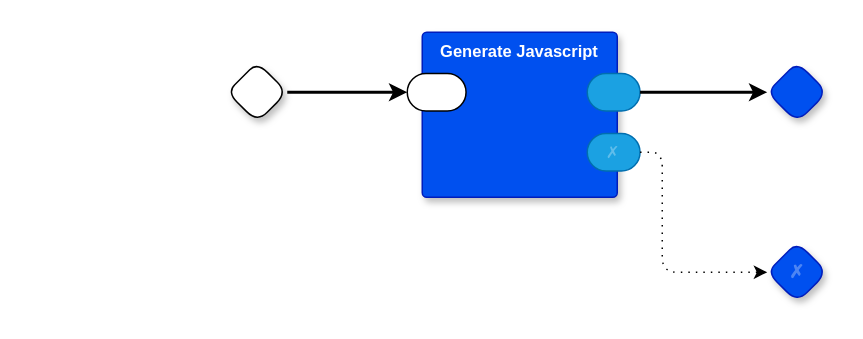
Earlier version of the draw.io diagram page "main" (1 of 12) of rt2js.drawio (guitarvydas/rt). Source tidied: cells renumbered, new cells numbered last; positions are measured from the earlier drawing's top-left corner, leaving out a move shared by most shapes. Both pictures are drawn from the tidied source at 150%, with x=0, y=0 at pixel (226, 32).
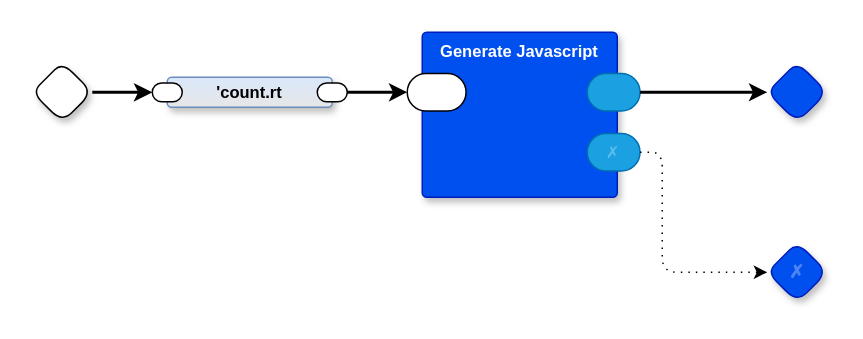
The same diagram, later.

Commit message (it also covers changes not shown here):
hard-wire count.rt into diagram

What changed in the source:
```diff
@@
 <mxGraphModel>
   <root>
     <mxCell id="0" />
     <mxCell id="1" parent="0" />
     <mxCell id="2" style="rhombus;whiteSpace=wrap;html=1;rounded=1;fontStyle=1;glass=0;sketch=0;fontSize=12;points=[[0,0.5,0,0,0],[0.5,0,0,0,0],[0.5,1,0,0,0],[1,0.5,0,0,0]];shadow=1;fontFamily=Helvetica;fontColor=default;" parent="1" vertex="1">
-      <mxGeometry y="20" width="40" height="40" as="geometry" />
+      <mxGeometry x="-130" y="20" width="40" height="40" as="geometry" />
     </mxCell>
     <mxCell id="3" style="rhombus;whiteSpace=wrap;html=1;rounded=1;fontStyle=1;glass=0;sketch=0;fontSize=12;points=[[0,0.5,0,0,0],[0.5,0,0,0,0],[0.5,1,0,0,0],[1,0.5,0,0,0]];shadow=1;fillColor=#0050ef;fontColor=#ffffff;strokeColor=#001DBC;fontFamily=Helvetica;" parent="1" vertex="1">
       <mxGeometry x="360" y="20" width="40" height="40" as="geometry" />
     </mxCell>
     <mxCell id="4" value="✗" style="rhombus;whiteSpace=wrap;html=1;rounded=1;fillColor=#0050ef;fontColor=#ffffff;strokeColor=#001DBC;fontStyle=1;glass=0;sketch=0;fontSize=12;points=[[0,0.5,0,0,0],[0.5,0,0,0,0],[0.5,1,0,0,0],[1,0.5,0,0,0]];shadow=1;textOpacity=30;" parent="1" vertex="1">
       <mxGeometry x="360" y="140" width="40" height="40" as="geometry" />
     </mxCell>
-    <mxCell id="5" style="edgeStyle=orthogonalEdgeStyle;rounded=0;jettySize=auto;html=1;exitX=1;exitY=0.5;exitDx=0;exitDy=0;exitPerimeter=0;strokeWidth=2;entryX=0;entryY=0.5;entryDx=0;entryDy=0;entryPerimeter=0;" parent="1" edge="1" source="2" target="7">
+    <mxCell id="5" style="edgeStyle=orthogonalEdgeStyle;rounded=1;jettySize=auto;html=1;exitX=1;exitY=0.5;exitDx=0;exitDy=0;exitPerimeter=0;strokeWidth=2;entryX=0;entryY=0.5;entryDx=0;entryDy=0;entryPerimeter=0;curved=0;" parent="1" edge="1" source="2" target="14">
       <mxGeometry relative="1" as="geometry" />
     </mxCell>
     <mxCell id="6" value="Generate Javascript" style="rounded=1;sketch=0;verticalAlign=top;arcSize=6;fontStyle=1;absoluteArcSize=1;shadow=1;strokeColor=#001DBC;fillColor=#0050ef;fontColor=#ffffff;fontFamily=Helvetica;fontSize=11;labelBackgroundColor=none;" parent="1" vertex="1">
       <mxGeometry x="130" width="130" height="110" as="geometry" />
     </mxCell>
     <mxCell id="7" style="rounded=1;whiteSpace=wrap;sketch=0;points=[[0,0.5,0,0,0],[1,0.5,0,0,0]];arcSize=50;fontFamily=Helvetica;fontSize=11;fontColor=default;labelBackgroundColor=none;" parent="6" vertex="1">
       <mxGeometry x="-10" y="27.5" width="39.2" height="25" as="geometry" />
     </mxCell>
     <mxCell id="8" style="rounded=1;whiteSpace=wrap;sketch=0;points=[[0,0.5,0,0,0],[1,0.5,0,0,0]];fillColor=#1ba1e2;fontColor=#ffffff;strokeColor=#006EAF;arcSize=50;fontFamily=Helvetica;fontSize=11;labelBackgroundColor=none;" parent="6" vertex="1">
       <mxGeometry x="110" y="27.5" width="35.2" height="25" as="geometry" />
     </mxCell>
     <mxCell id="9" value="✗" style="rounded=1;whiteSpace=wrap;sketch=0;points=[[0,0.5,0,0,0],[1,0.5,0,0,0]];fillColor=#1ba1e2;fontColor=#ffffff;strokeColor=#006EAF;arcSize=50;fontFamily=Helvetica;fontSize=11;textOpacity=30;labelBackgroundColor=none;" parent="6" vertex="1">
       <mxGeometry x="110" y="67.5" width="35.2" height="25" as="geometry" />
     </mxCell>
     <mxCell id="10" style="edgeStyle=orthogonalEdgeStyle;rounded=1;jettySize=auto;html=1;entryX=0;entryY=0.5;entryDx=0;entryDy=0;entryPerimeter=0;strokeWidth=2;curved=0;exitX=1;exitY=0.5;exitDx=0;exitDy=0;exitPerimeter=0;" parent="1" edge="1" source="8" target="3">
       <mxGeometry relative="1" as="geometry" />
     </mxCell>
     <mxCell id="11" style="edgeStyle=orthogonalEdgeStyle;shape=connector;curved=0;rounded=1;jettySize=auto;html=1;exitX=1;exitY=0.5;exitDx=0;exitDy=0;exitPerimeter=0;entryX=0;entryY=0.5;entryDx=0;entryDy=0;entryPerimeter=0;dashed=1;dashPattern=1 4;strokeColor=default;align=center;verticalAlign=middle;fontFamily=Helvetica;fontSize=11;fontColor=default;labelBackgroundColor=default;endArrow=classic;" parent="1" edge="1" source="9" target="4">
       <mxGeometry relative="1" as="geometry">
         <Array as="points">
           <mxPoint x="290" y="80" />
           <mxPoint x="290" y="160" />
         </Array>
       </mxGeometry>
     </mxCell>
+    <mxCell id="12" value="'count.rt" style="rounded=1;whiteSpace=wrap;html=1;verticalAlign=middle;arcSize=6;fontStyle=1;absoluteArcSize=1;shadow=1;strokeColor=#6c8ebf;fillColor=#dae8fc;fontFamily=Helvetica;fontSize=11;gradientColor=#E6E6E6;fontColor=default;" parent="1" vertex="1">
+      <mxGeometry x="-40" y="30" width="110" height="20" as="geometry" />
+    </mxCell>
+    <mxCell id="13" style="rounded=1;whiteSpace=wrap;html=1;sketch=0;points=[[0,0.5,0,0,0],[1,0.5,0,0,0]];arcSize=50;fontFamily=Helvetica;fontSize=11;fontColor=default;" parent="12" vertex="1">
+      <mxGeometry x="100" y="3.8" width="20" height="12.5" as="geometry" />
+    </mxCell>
+    <mxCell id="14" style="rounded=1;whiteSpace=wrap;html=1;sketch=0;points=[[0,0.5,0,0,0],[1,0.5,0,0,0]];arcSize=50;fontFamily=Helvetica;fontSize=11;fontColor=default;" parent="12" vertex="1">
+      <mxGeometry x="-10" y="3.8" width="20" height="12.5" as="geometry" />
+    </mxCell>
+    <mxCell id="15" style="edgeStyle=orthogonalEdgeStyle;rounded=1;jettySize=auto;html=1;exitX=1;exitY=0.5;exitDx=0;exitDy=0;exitPerimeter=0;entryX=0;entryY=0.5;entryDx=0;entryDy=0;entryPerimeter=0;strokeWidth=2;curved=0;" parent="1" edge="1" source="13" target="7">
+      <mxGeometry relative="1" as="geometry" />
+    </mxCell>
   </root>
 </mxGraphModel>
```
